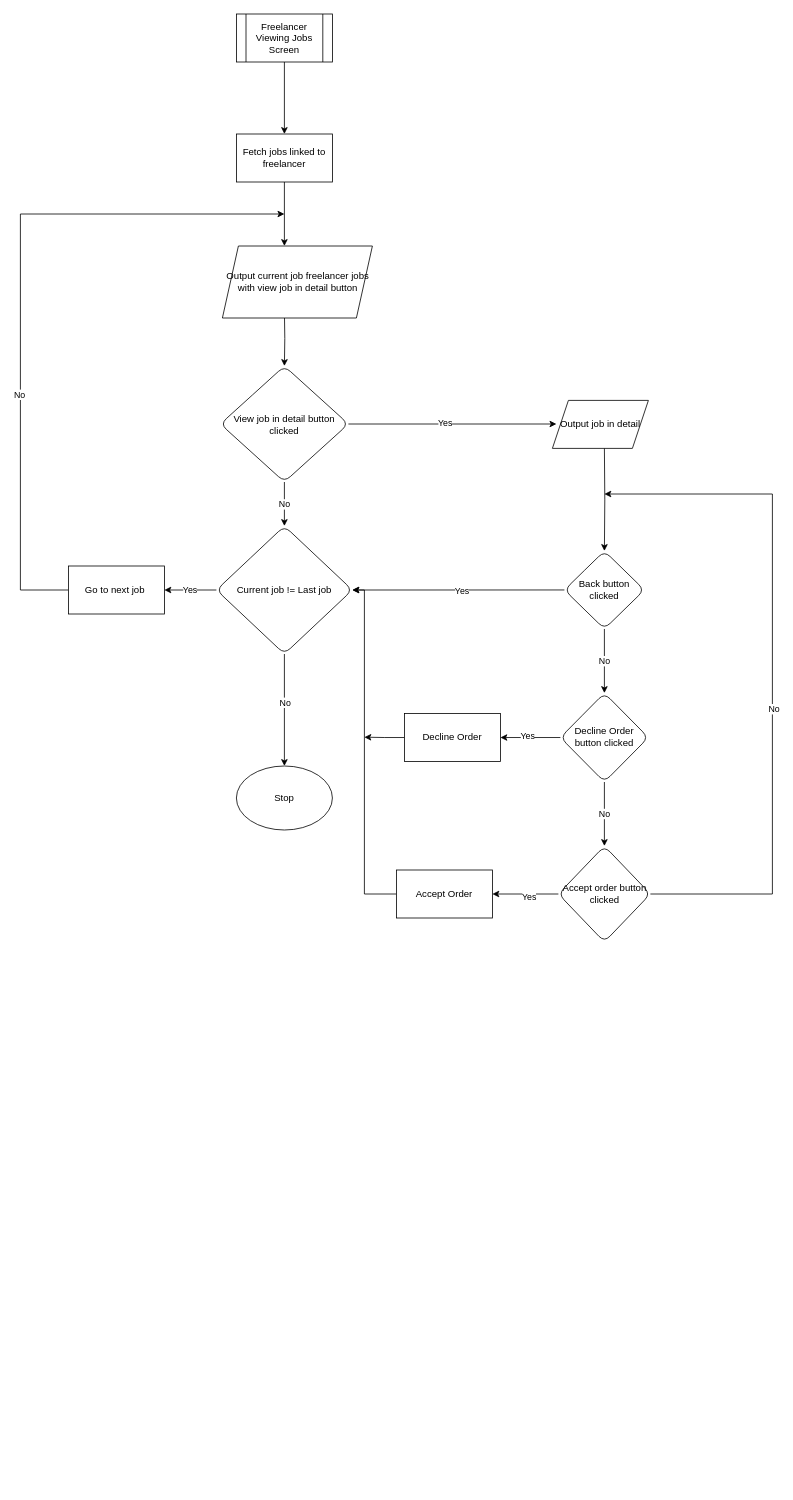
This is ViewingJobFlowchart.drawio from trndnd/ALevelTkinterWork, a draw.io file, before an edit. Source tidied: cells renumbered, new cells numbered last; positions are measured from the earlier drawing's top-left corner, leaving out a move shared by most shapes. Both pictures are drawn from the tidied source at 80%, with x=0, y=0 at pixel (20, 14).
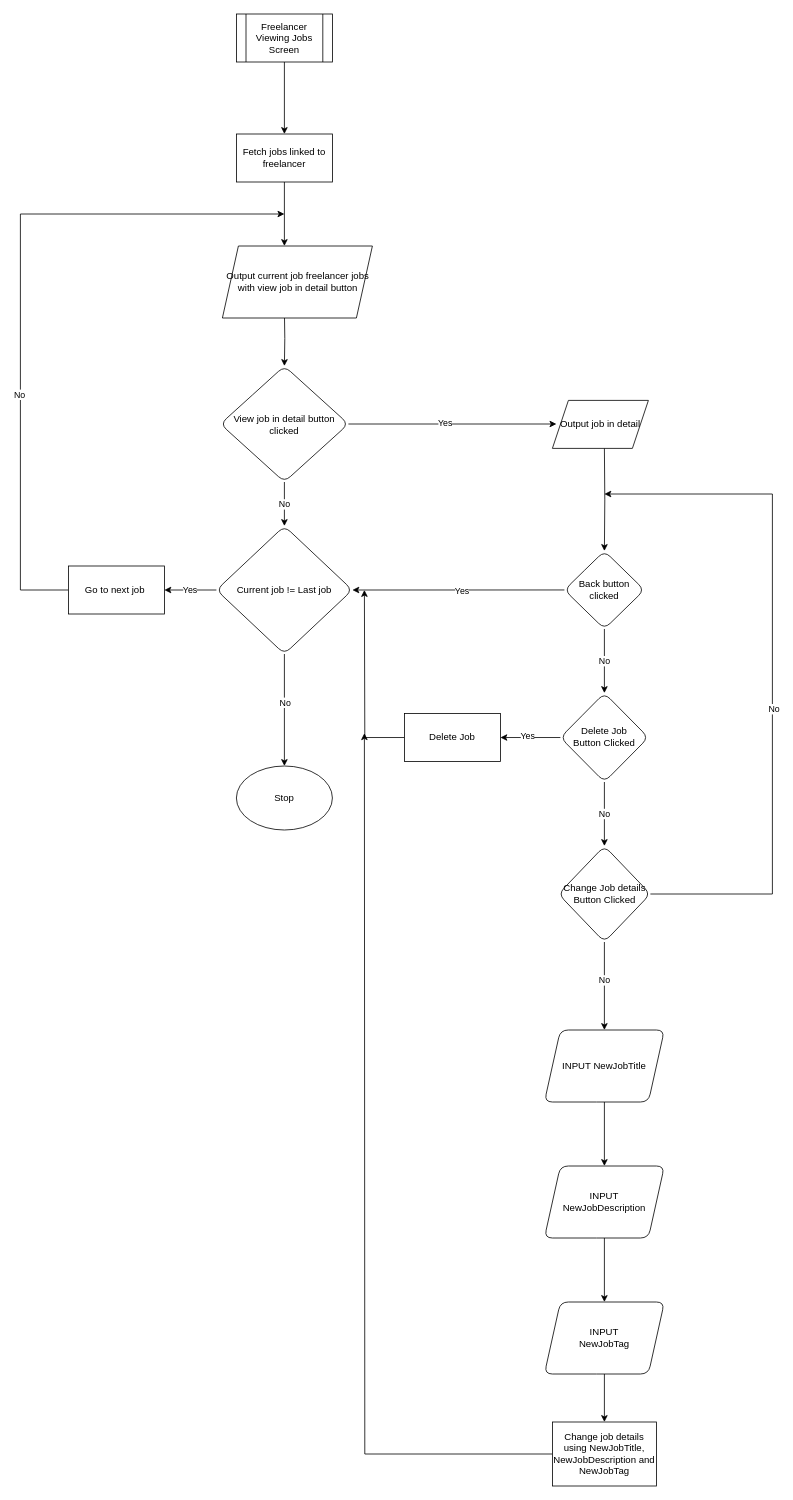
The same page after the edit.

The change refers to these unchanged cells:
```xml
<mxCell id="18" value="Current job != Last job" style="rhombus;whiteSpace=wrap;html=1;rounded=1;" parent="1" vertex="1">
  <mxGeometry x="245" y="640" width="170" height="160" as="geometry" />
</mxCell>
```

Change to the diagram source:
```diff
@@
-    <mxCell id="26" value="Decline Order button clicked" style="rhombus;whiteSpace=wrap;html=1;rounded=1;" parent="1" vertex="1">
+    <mxCell id="26" value="Delete Job &lt;br&gt;Button Clicked" style="rhombus;whiteSpace=wrap;html=1;rounded=1;" parent="1" vertex="1">
       <mxGeometry x="675" y="848.8" width="110" height="111.2" as="geometry" />
     </mxCell>
     <mxCell id="27" style="edgeStyle=orthogonalEdgeStyle;rounded=0;jettySize=auto;html=1;exitX=0;exitY=0.5;exitDx=0;exitDy=0;" parent="1" edge="1" source="28">
       <mxGeometry relative="1" as="geometry">
-        <mxPoint x="430" y="904" as="targetPoint" />
+        <mxPoint x="430" y="720" as="targetPoint" />
       </mxGeometry>
     </mxCell>
-    <mxCell id="28" value="Decline Order" style="rounded=0;whiteSpace=wrap;html=1;" parent="1" vertex="1">
+    <mxCell id="28" value="Delete Job" style="rounded=0;whiteSpace=wrap;html=1;" parent="1" vertex="1">
       <mxGeometry x="480" y="874.4" width="120" height="60" as="geometry" />
     </mxCell>
-    <mxCell id="29" style="edgeStyle=orthogonalEdgeStyle;rounded=0;jettySize=auto;html=1;exitX=0;exitY=0.5;exitDx=0;exitDy=0;entryX=1;entryY=0.5;entryDx=0;entryDy=0;" parent="1" edge="1" source="33" target="35">
-      <mxGeometry relative="1" as="geometry" />
-    </mxCell>
-    <mxCell id="30" value="Yes" style="edgeLabel;html=1;align=center;verticalAlign=middle;" parent="29" vertex="1">
-      <mxGeometry x="-0.07" y="3" relative="1" as="geometry">
-        <mxPoint x="1" as="offset" />
-      </mxGeometry>
-    </mxCell>
@@
+    <mxCell id="39" style="edgeStyle=orthogonalEdgeStyle;rounded=0;jettySize=auto;html=1;" parent="1" edge="1" source="33" target="42">
+      <mxGeometry relative="1" as="geometry" />
+    </mxCell>
+    <mxCell id="40" value="No" style="edgeLabel;html=1;align=center;verticalAlign=middle;" parent="39" vertex="1">
+      <mxGeometry x="-0.15" y="-1" relative="1" as="geometry" />
+    </mxCell>
-    <mxCell id="33" value="Accept order button clicked" style="rhombus;whiteSpace=wrap;html=1;rounded=1;" parent="1" vertex="1">
+    <mxCell id="33" value="Change Job details Button Clicked" style="rhombus;whiteSpace=wrap;html=1;rounded=1;" parent="1" vertex="1">
       <mxGeometry x="672.5" y="1040" width="115" height="120" as="geometry" />
     </mxCell>
-    <mxCell id="34" style="edgeStyle=orthogonalEdgeStyle;rounded=0;jettySize=auto;html=1;exitX=0;exitY=0.5;exitDx=0;exitDy=0;" parent="1" edge="1" source="35" target="18">
-      <mxGeometry relative="1" as="geometry">
-        <Array as="points">
-          <mxPoint x="430" y="1100" />
-          <mxPoint x="430" y="720" />
-        </Array>
-      </mxGeometry>
-    </mxCell>
-    <mxCell id="35" value="Accept Order" style="rounded=0;whiteSpace=wrap;html=1;" parent="1" vertex="1">
-      <mxGeometry x="470" y="1070" width="120" height="60" as="geometry" />
-    </mxCell>
@@
+    <mxCell id="41" style="edgeStyle=orthogonalEdgeStyle;rounded=0;jettySize=auto;html=1;" parent="1" edge="1" source="42" target="44">
+      <mxGeometry relative="1" as="geometry" />
+    </mxCell>
+    <mxCell id="42" value="INPUT NewJobTitle" style="shape=parallelogram;perimeter=parallelogramPerimeter;whiteSpace=wrap;html=1;fixedSize=1;rounded=1;" parent="1" vertex="1">
+      <mxGeometry x="655" y="1270" width="150" height="90" as="geometry" />
+    </mxCell>
+    <mxCell id="43" style="edgeStyle=orthogonalEdgeStyle;rounded=0;jettySize=auto;html=1;" parent="1" edge="1" source="44" target="46">
+      <mxGeometry relative="1" as="geometry" />
+    </mxCell>
+    <mxCell id="44" value="INPUT &lt;br&gt;NewJobDescription" style="shape=parallelogram;perimeter=parallelogramPerimeter;whiteSpace=wrap;html=1;fixedSize=1;rounded=1;" parent="1" vertex="1">
+      <mxGeometry x="655" y="1440" width="150" height="90" as="geometry" />
+    </mxCell>
+    <mxCell id="45" style="edgeStyle=orthogonalEdgeStyle;rounded=0;jettySize=auto;html=1;exitX=0.5;exitY=1;exitDx=0;exitDy=0;entryX=0.5;entryY=0;entryDx=0;entryDy=0;" parent="1" edge="1" source="46" target="48">
+      <mxGeometry relative="1" as="geometry" />
+    </mxCell>
+    <mxCell id="46" value="INPUT &lt;br&gt;NewJobTag" style="shape=parallelogram;perimeter=parallelogramPerimeter;whiteSpace=wrap;html=1;fixedSize=1;rounded=1;" parent="1" vertex="1">
+      <mxGeometry x="655" y="1610" width="150" height="90" as="geometry" />
+    </mxCell>
+    <mxCell id="47" style="edgeStyle=orthogonalEdgeStyle;rounded=0;jettySize=auto;html=1;exitX=0;exitY=0.5;exitDx=0;exitDy=0;" parent="1" edge="1" source="48">
+      <mxGeometry relative="1" as="geometry">
+        <mxPoint x="430" y="899" as="targetPoint" />
+      </mxGeometry>
+    </mxCell>
+    <mxCell id="48" value="Change job details using NewJobTitle, NewJobDescription and NewJobTag" style="rounded=0;whiteSpace=wrap;html=1;" parent="1" vertex="1">
+      <mxGeometry x="665" y="1760" width="130" height="80" as="geometry" />
+    </mxCell>
```
